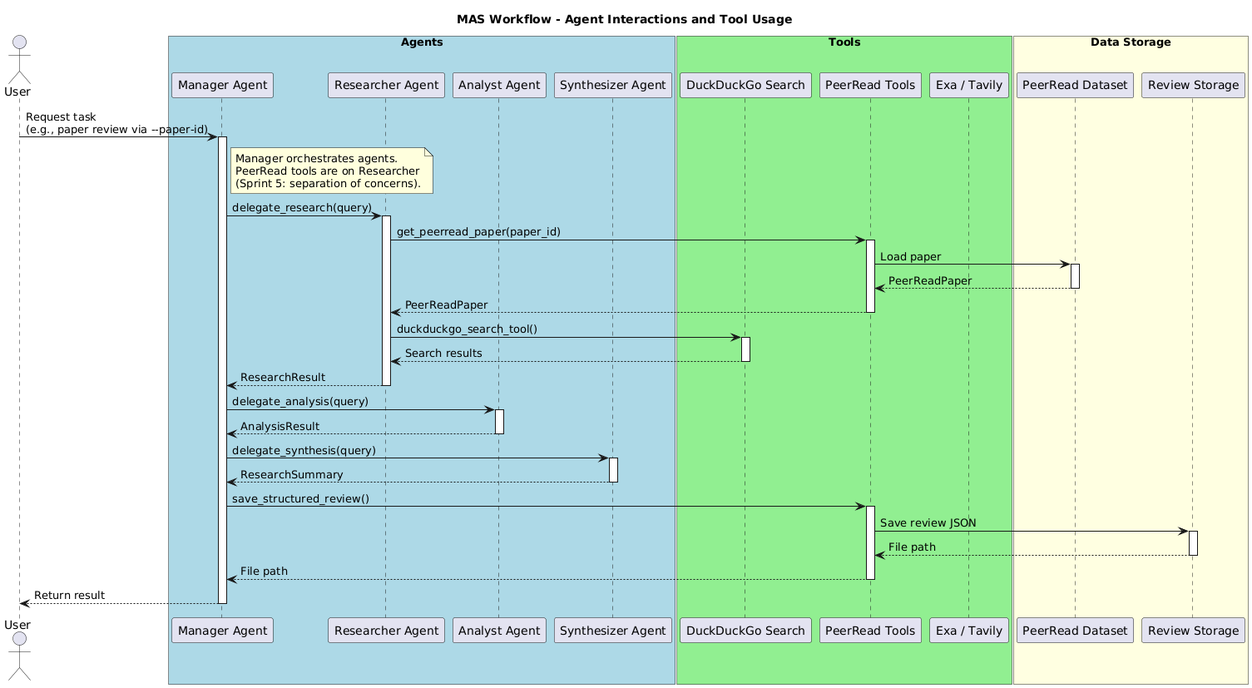
Before: assets/images/mas-workflow-light.png, a diagram exported from PlantUML (qte77/Agents-eval). Its diagram source:
```plantuml
@startuml mas-workflow
title MAS Workflow - Agent Interactions and Tool Usage

actor User

box "Agents" #LightBlue
    participant "Manager Agent" as Manager
    participant "Researcher Agent" as Researcher
    participant "Analyst Agent" as Analyst
    participant "Synthesizer Agent" as Synthesizer
end box

box "Tools" #LightGreen
    participant "DuckDuckGo Search" as DDG
    participant "PeerRead Tools" as PeerRead
    participant "Exa / Tavily" as WebSearch
end box

box "Data Storage" #LightYellow
    participant "PeerRead Dataset" as Dataset
    participant "Review Storage" as Reviews
end box

User -> Manager: Request task\n(e.g., paper review via --paper-id)
activate Manager

note right of Manager
  Manager orchestrates agents.
  PeerRead tools are on Researcher
  (Sprint 5: separation of concerns).
end note

Manager -> Researcher: delegate_research(query)
activate Researcher

Researcher -> PeerRead: get_peerread_paper(paper_id)
activate PeerRead
PeerRead -> Dataset: Load paper
activate Dataset
Dataset --> PeerRead: PeerReadPaper
deactivate Dataset
PeerRead --> Researcher: PeerReadPaper
deactivate PeerRead

Researcher -> DDG: duckduckgo_search_tool()
activate DDG
DDG --> Researcher: Search results
deactivate DDG

Researcher --> Manager: ResearchResult
deactivate Researcher

Manager -> Analyst: delegate_analysis(query)
activate Analyst
Analyst --> Manager: AnalysisResult
deactivate Analyst

Manager -> Synthesizer: delegate_synthesis(query)
activate Synthesizer
Synthesizer --> Manager: ResearchSummary
deactivate Synthesizer

Manager -> PeerRead: save_structured_review()
activate PeerRead
PeerRead -> Reviews: Save review JSON
activate Reviews
Reviews --> PeerRead: File path
deactivate Reviews
PeerRead --> Manager: File path
deactivate PeerRead

Manager --> User: Return result
deactivate Manager

@enduml
```
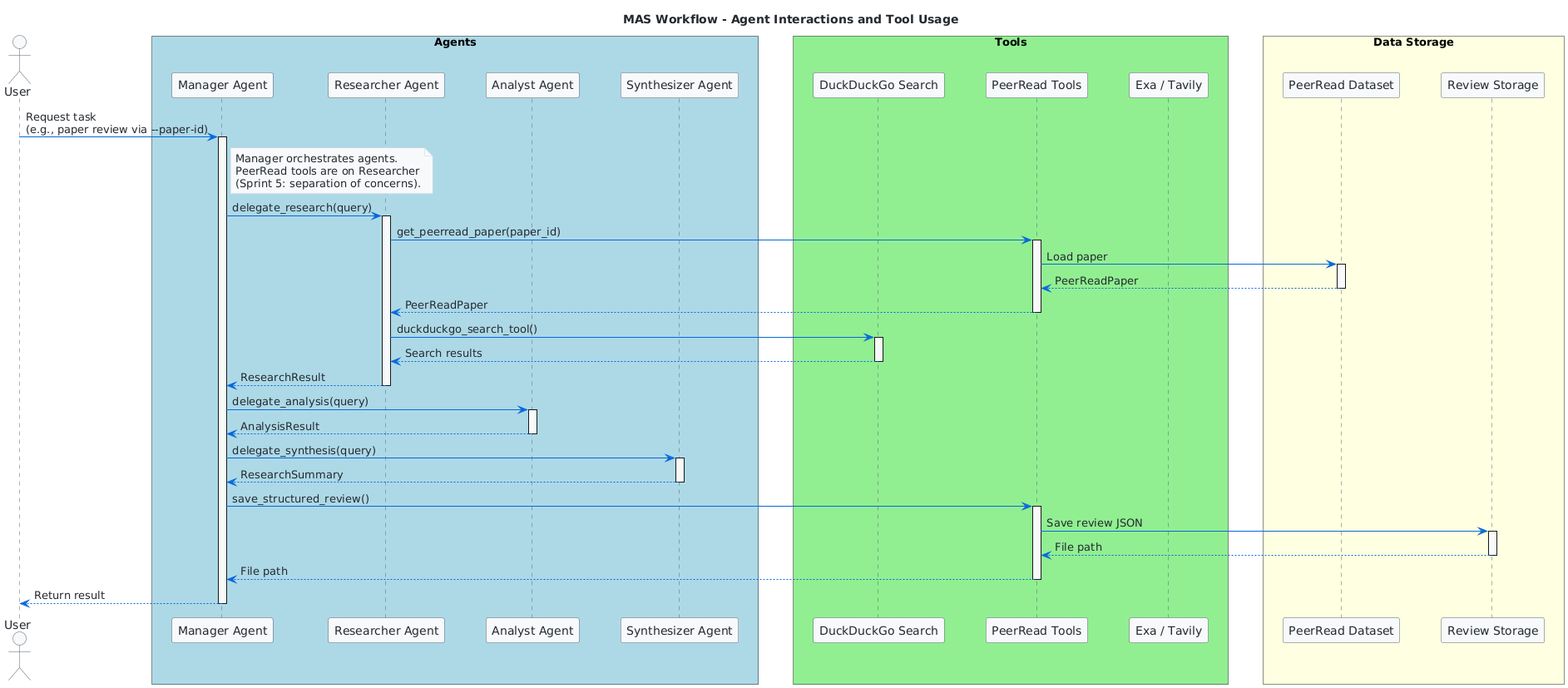
Above is the later version.

The edit, as a diff of the source:
```diff
@@ -1,5 +1,9 @@
 @startuml mas-workflow
 title MAS Workflow - Agent Interactions and Tool Usage
+
+!log Current 'STYLE' dvar: STYLE
+!log About to include: styles/github-STYLE.puml
+!include styles/github-STYLE.puml
 
 actor User
 
```
